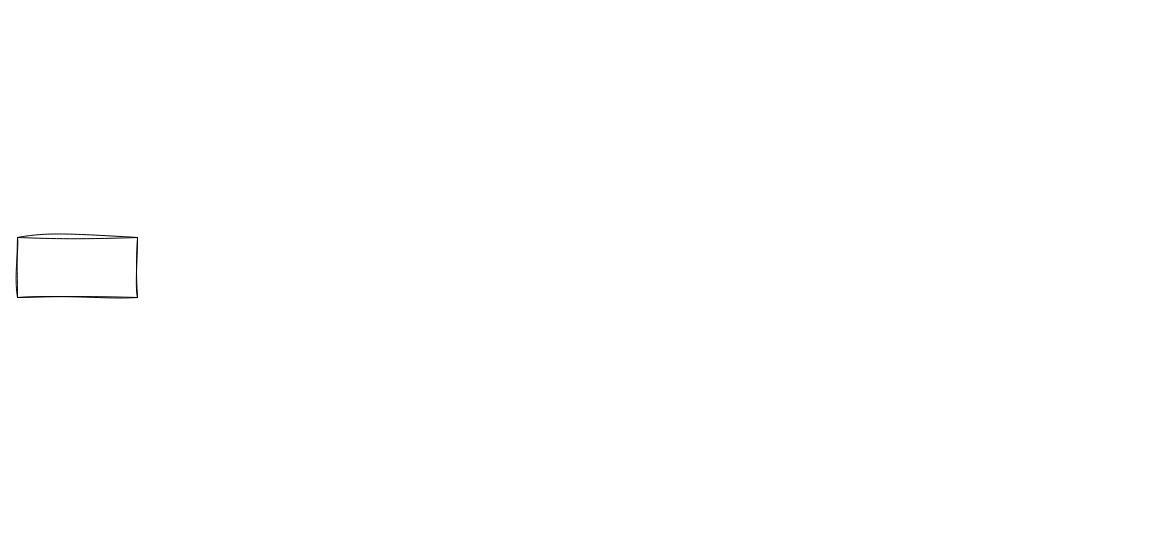
Above: drawio/spring.drawio in Floweryu/my-diagrams (draw.io), before the change. Source tidied: cells renumbered, new cells numbered last; positions are measured from the earlier drawing's top-left corner, leaving out a move shared by most shapes. Both pictures are drawn from the tidied source at 100%, with x=0, y=0 at pixel (17, 237).
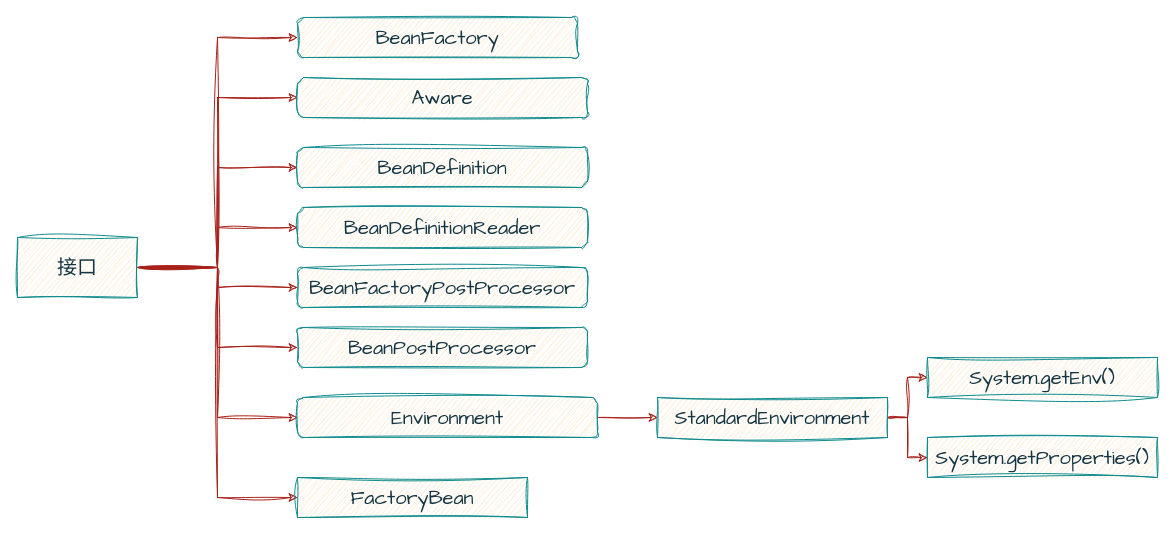
Above is the later version.

Change to the diagram source:
```diff
@@
+    <mxCell id="3" style="edgeStyle=orthogonalEdgeStyle;rounded=0;hachureGap=4;jettySize=auto;html=1;exitX=1;exitY=0.5;exitDx=0;exitDy=0;entryX=0;entryY=0.5;entryDx=0;entryDy=0;fontFamily=Architects Daughter;fontSize=16;sketch=1;curveFitting=1;jiggle=2;labelBackgroundColor=none;strokeColor=#A8201A;fontColor=default;" parent="1" edge="1" source="2" target="11">
+      <mxGeometry relative="1" as="geometry" />
+    </mxCell>
+    <mxCell id="4" style="edgeStyle=orthogonalEdgeStyle;rounded=0;hachureGap=4;jettySize=auto;html=1;exitX=1;exitY=0.5;exitDx=0;exitDy=0;entryX=0;entryY=0.5;entryDx=0;entryDy=0;fontFamily=Architects Daughter;fontSize=16;sketch=1;curveFitting=1;jiggle=2;labelBackgroundColor=none;strokeColor=#A8201A;fontColor=default;" parent="1" edge="1" source="2" target="12">
+      <mxGeometry relative="1" as="geometry" />
+    </mxCell>
+    <mxCell id="5" style="edgeStyle=orthogonalEdgeStyle;rounded=0;hachureGap=4;jettySize=auto;html=1;exitX=1;exitY=0.5;exitDx=0;exitDy=0;entryX=0;entryY=0.5;entryDx=0;entryDy=0;fontFamily=Architects Daughter;fontSize=16;sketch=1;curveFitting=1;jiggle=2;labelBackgroundColor=none;strokeColor=#A8201A;fontColor=default;" parent="1" edge="1" source="2" target="13">
+      <mxGeometry relative="1" as="geometry" />
+    </mxCell>
+    <mxCell id="6" style="edgeStyle=orthogonalEdgeStyle;rounded=0;hachureGap=4;jettySize=auto;html=1;exitX=1;exitY=0.5;exitDx=0;exitDy=0;entryX=0;entryY=0.5;entryDx=0;entryDy=0;fontFamily=Architects Daughter;fontSize=16;sketch=1;curveFitting=1;jiggle=2;labelBackgroundColor=none;strokeColor=#A8201A;fontColor=default;" parent="1" edge="1" source="2" target="14">
+      <mxGeometry relative="1" as="geometry" />
+    </mxCell>
+    <mxCell id="7" style="edgeStyle=orthogonalEdgeStyle;rounded=0;hachureGap=4;jettySize=auto;html=1;exitX=1;exitY=0.5;exitDx=0;exitDy=0;entryX=0;entryY=0.5;entryDx=0;entryDy=0;fontFamily=Architects Daughter;fontSize=16;sketch=1;curveFitting=1;jiggle=2;labelBackgroundColor=none;strokeColor=#A8201A;fontColor=default;" parent="1" edge="1" source="2" target="15">
+      <mxGeometry relative="1" as="geometry" />
+    </mxCell>
+    <mxCell id="8" style="edgeStyle=orthogonalEdgeStyle;rounded=0;hachureGap=4;jettySize=auto;html=1;exitX=1;exitY=0.5;exitDx=0;exitDy=0;entryX=0;entryY=0.5;entryDx=0;entryDy=0;fontFamily=Architects Daughter;fontSize=16;sketch=1;curveFitting=1;jiggle=2;labelBackgroundColor=none;strokeColor=#A8201A;fontColor=default;" parent="1" edge="1" source="2" target="16">
+      <mxGeometry relative="1" as="geometry" />
+    </mxCell>
+    <mxCell id="9" style="edgeStyle=orthogonalEdgeStyle;rounded=0;hachureGap=4;jettySize=auto;html=1;exitX=1;exitY=0.5;exitDx=0;exitDy=0;entryX=0;entryY=0.5;entryDx=0;entryDy=0;fontFamily=Architects Daughter;fontSize=16;sketch=1;curveFitting=1;jiggle=2;labelBackgroundColor=none;strokeColor=#A8201A;fontColor=default;" parent="1" edge="1" source="2" target="18">
+      <mxGeometry relative="1" as="geometry" />
+    </mxCell>
+    <mxCell id="10" style="edgeStyle=orthogonalEdgeStyle;rounded=0;hachureGap=4;jettySize=auto;html=1;exitX=1;exitY=0.5;exitDx=0;exitDy=0;entryX=0;entryY=0.5;entryDx=0;entryDy=0;fontFamily=Architects Daughter;fontSize=16;sketch=1;curveFitting=1;jiggle=2;labelBackgroundColor=none;strokeColor=#A8201A;fontColor=default;" parent="1" edge="1" source="2" target="24">
+      <mxGeometry relative="1" as="geometry" />
+    </mxCell>
-    <mxCell id="2" style="rounded=0;whiteSpace=wrap;html=1;sketch=1;hachureGap=4;jiggle=2;curveFitting=1;fontFamily=Architects Daughter;fontSize=20;" parent="1" vertex="1">
+    <mxCell id="2" value="接口" style="rounded=0;whiteSpace=wrap;html=1;hachureGap=4;fontFamily=Architects Daughter;fontSize=20;sketch=1;curveFitting=1;jiggle=2;labelBackgroundColor=none;fillColor=#FAE5C7;strokeColor=#0F8B8D;fontColor=#143642;" parent="1" vertex="1">
       <mxGeometry width="120" height="60" as="geometry" />
     </mxCell>
+    <mxCell id="11" value="&lt;font face=&quot;Comic Sans MS&quot;&gt;BeanFactory&lt;/font&gt;" style="rounded=1;whiteSpace=wrap;html=1;hachureGap=4;fontFamily=Architects Daughter;fontSize=20;sketch=1;curveFitting=1;jiggle=2;labelBackgroundColor=none;fillColor=#FAE5C7;strokeColor=#0F8B8D;fontColor=#143642;" parent="1" vertex="1">
+      <mxGeometry x="280" y="-220" width="280" height="40" as="geometry" />
+    </mxCell>
+    <mxCell id="12" value="&lt;font face=&quot;Comic Sans MS&quot;&gt;Aware&lt;/font&gt;" style="rounded=1;whiteSpace=wrap;html=1;hachureGap=4;fontFamily=Architects Daughter;fontSize=20;sketch=1;curveFitting=1;jiggle=2;labelBackgroundColor=none;fillColor=#FAE5C7;strokeColor=#0F8B8D;fontColor=#143642;" parent="1" vertex="1">
+      <mxGeometry x="280" y="-160" width="290" height="40" as="geometry" />
+    </mxCell>
+    <mxCell id="13" value="&lt;font face=&quot;Comic Sans MS&quot;&gt;BeanDefinition&lt;/font&gt;" style="rounded=1;whiteSpace=wrap;html=1;hachureGap=4;fontFamily=Architects Daughter;fontSize=20;sketch=1;curveFitting=1;jiggle=2;labelBackgroundColor=none;fillColor=#FAE5C7;strokeColor=#0F8B8D;fontColor=#143642;" parent="1" vertex="1">
+      <mxGeometry x="280" y="-90" width="290" height="40" as="geometry" />
+    </mxCell>
+    <mxCell id="14" value="&lt;font face=&quot;Comic Sans MS&quot;&gt;BeanDefinitionReader&lt;/font&gt;" style="rounded=1;whiteSpace=wrap;html=1;hachureGap=4;fontFamily=Architects Daughter;fontSize=20;sketch=1;curveFitting=1;jiggle=2;labelBackgroundColor=none;fillColor=#FAE5C7;strokeColor=#0F8B8D;fontColor=#143642;" parent="1" vertex="1">
+      <mxGeometry x="280" y="-30" width="290" height="40" as="geometry" />
+    </mxCell>
+    <mxCell id="15" value="&lt;font face=&quot;Comic Sans MS&quot;&gt;BeanFactoryPostProcessor&lt;/font&gt;" style="rounded=1;whiteSpace=wrap;html=1;hachureGap=4;fontFamily=Architects Daughter;fontSize=20;sketch=1;curveFitting=1;jiggle=2;labelBackgroundColor=none;fillColor=#FAE5C7;strokeColor=#0F8B8D;fontColor=#143642;" parent="1" vertex="1">
+      <mxGeometry x="280" y="30" width="290" height="40" as="geometry" />
+    </mxCell>
+    <mxCell id="16" value="&lt;font face=&quot;Comic Sans MS&quot;&gt;BeanPostProcessor&lt;/font&gt;" style="rounded=1;whiteSpace=wrap;html=1;hachureGap=4;fontFamily=Architects Daughter;fontSize=20;sketch=1;curveFitting=1;jiggle=2;labelBackgroundColor=none;fillColor=#FAE5C7;strokeColor=#0F8B8D;fontColor=#143642;" parent="1" vertex="1">
+      <mxGeometry x="280" y="90" width="290" height="40" as="geometry" />
+    </mxCell>
+    <mxCell id="17" style="edgeStyle=orthogonalEdgeStyle;rounded=0;hachureGap=4;jettySize=auto;html=1;exitX=1;exitY=0.5;exitDx=0;exitDy=0;entryX=0;entryY=0.5;entryDx=0;entryDy=0;fontFamily=Architects Daughter;fontSize=16;sketch=1;curveFitting=1;jiggle=2;labelBackgroundColor=none;strokeColor=#A8201A;fontColor=default;" parent="1" edge="1" source="18" target="21">
+      <mxGeometry relative="1" as="geometry" />
+    </mxCell>
+    <mxCell id="18" value="&lt;font face=&quot;Comic Sans MS&quot;&gt;Environment&lt;/font&gt;" style="rounded=1;whiteSpace=wrap;html=1;hachureGap=4;fontFamily=Architects Daughter;fontSize=20;sketch=1;curveFitting=1;jiggle=2;labelBackgroundColor=none;fillColor=#FAE5C7;strokeColor=#0F8B8D;fontColor=#143642;" parent="1" vertex="1">
+      <mxGeometry x="280" y="160" width="300" height="40" as="geometry" />
+    </mxCell>
+    <mxCell id="19" style="edgeStyle=orthogonalEdgeStyle;rounded=0;hachureGap=4;jettySize=auto;html=1;exitX=1;exitY=0.5;exitDx=0;exitDy=0;entryX=0;entryY=0.5;entryDx=0;entryDy=0;fontFamily=Architects Daughter;fontSize=16;sketch=1;curveFitting=1;jiggle=2;labelBackgroundColor=none;strokeColor=#A8201A;fontColor=default;" parent="1" edge="1" source="21" target="22">
+      <mxGeometry relative="1" as="geometry" />
+    </mxCell>
+    <mxCell id="20" style="edgeStyle=orthogonalEdgeStyle;rounded=0;hachureGap=4;jettySize=auto;html=1;exitX=1;exitY=0.5;exitDx=0;exitDy=0;entryX=0;entryY=0.5;entryDx=0;entryDy=0;fontFamily=Architects Daughter;fontSize=16;sketch=1;curveFitting=1;jiggle=2;labelBackgroundColor=none;strokeColor=#A8201A;fontColor=default;" parent="1" edge="1" source="21" target="23">
+      <mxGeometry relative="1" as="geometry" />
+    </mxCell>
+    <mxCell id="21" value="&lt;font face=&quot;Comic Sans MS&quot;&gt;StandardEnvironment&lt;/font&gt;" style="rounded=0;whiteSpace=wrap;html=1;hachureGap=4;fontFamily=Architects Daughter;fontSize=20;glass=0;shadow=0;sketch=1;curveFitting=1;jiggle=2;labelBackgroundColor=none;fillColor=#FAE5C7;strokeColor=#0F8B8D;fontColor=#143642;" parent="1" vertex="1">
+      <mxGeometry x="640" y="160" width="230" height="40" as="geometry" />
+    </mxCell>
+    <mxCell id="22" value="&lt;font face=&quot;Comic Sans MS&quot;&gt;System.getEnv()&lt;/font&gt;" style="rounded=0;whiteSpace=wrap;html=1;hachureGap=4;fontFamily=Architects Daughter;fontSize=20;glass=0;shadow=0;sketch=1;curveFitting=1;jiggle=2;labelBackgroundColor=none;fillColor=#FAE5C7;strokeColor=#0F8B8D;fontColor=#143642;" parent="1" vertex="1">
+      <mxGeometry x="910" y="120" width="230" height="40" as="geometry" />
+    </mxCell>
+    <mxCell id="23" value="&lt;font face=&quot;Comic Sans MS&quot;&gt;System.getProperties()&lt;/font&gt;" style="rounded=0;whiteSpace=wrap;html=1;hachureGap=4;fontFamily=Architects Daughter;fontSize=20;glass=0;shadow=0;sketch=1;curveFitting=1;jiggle=2;labelBackgroundColor=none;fillColor=#FAE5C7;strokeColor=#0F8B8D;fontColor=#143642;" parent="1" vertex="1">
+      <mxGeometry x="910" y="200" width="230" height="40" as="geometry" />
+    </mxCell>
+    <mxCell id="24" value="&lt;font face=&quot;Comic Sans MS&quot;&gt;FactoryBean&lt;/font&gt;" style="rounded=0;whiteSpace=wrap;html=1;hachureGap=4;fontFamily=Architects Daughter;fontSize=20;sketch=1;curveFitting=1;jiggle=2;labelBackgroundColor=none;fillColor=#FAE5C7;strokeColor=#0F8B8D;fontColor=#143642;" parent="1" vertex="1">
+      <mxGeometry x="280" y="240" width="230" height="40" as="geometry" />
+    </mxCell>
```
